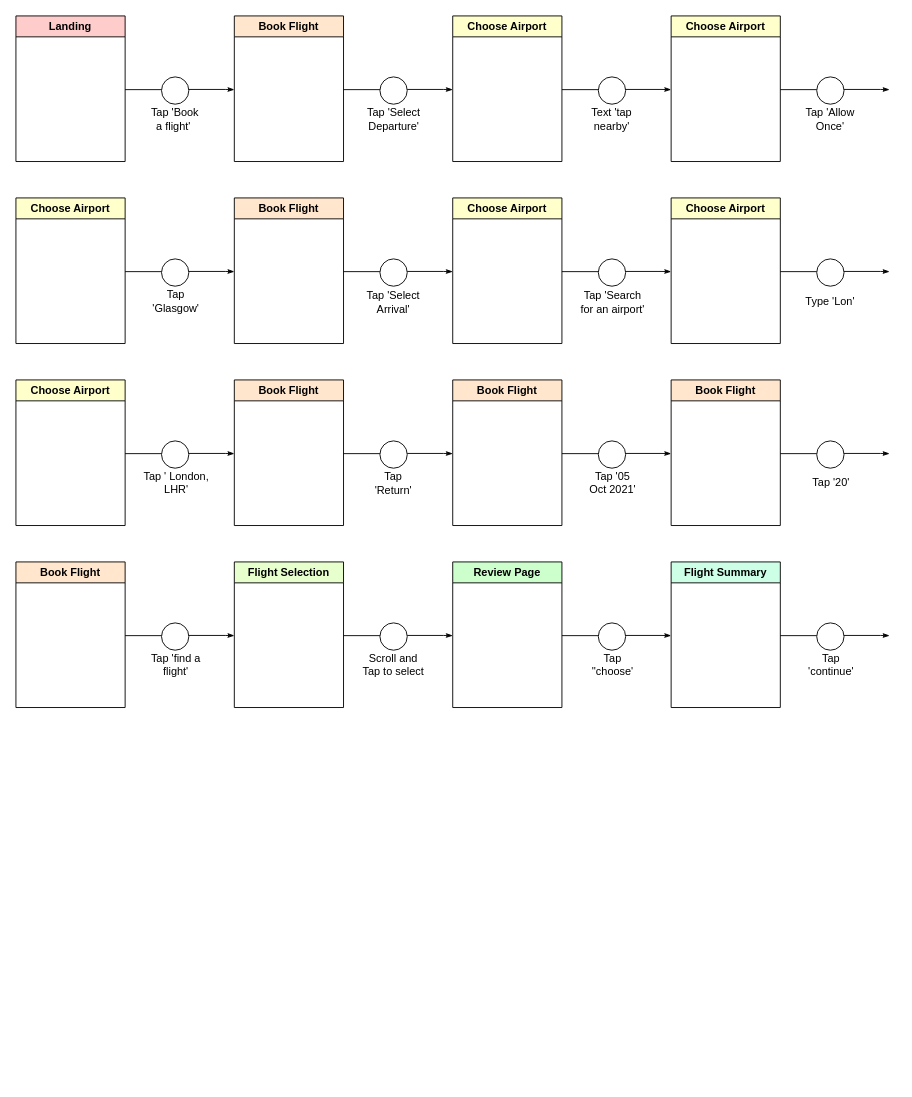
Before: page "Page-1" (1 of 3) of Untitled Diagram.drawio in davidjbuchanan/todo_pretty_printed_example, a draw.io diagram. Source tidied: cells renumbered, new cells numbered last; positions are measured from the earlier drawing's top-left corner, leaving out a move shared by most shapes. Both pictures are drawn from the tidied source at 91%, with x=0, y=0 at pixel (15, 15).
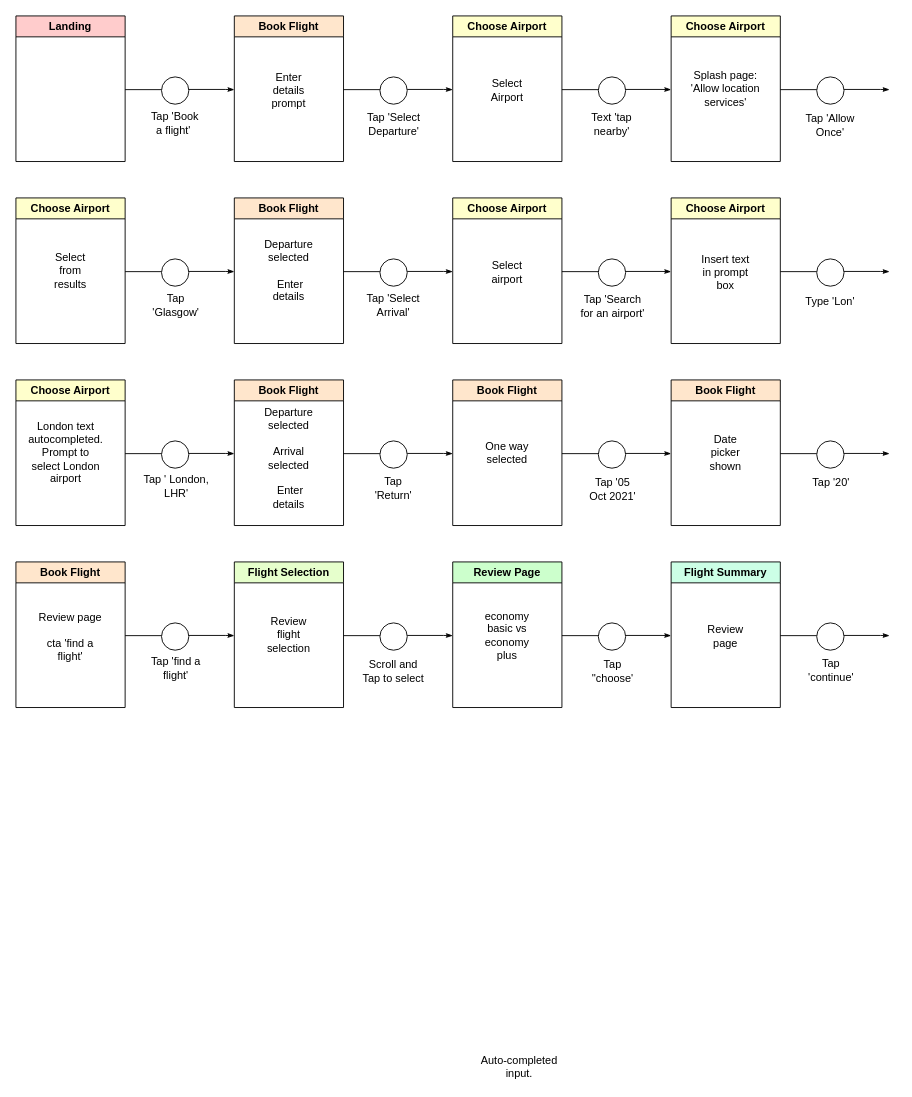
Above is the later version.

The change refers to these unchanged cells:
```xml
<mxCell id="7" value="Book Flight" style="swimlane;startSize=23;fillColor=#FFE6CC;" parent="1" vertex="1">
  <mxGeometry x="240" width="120" height="160" as="geometry" />
</mxCell>
<mxCell id="11" value="Choose Airport" style="swimlane;fillColor=#FFFFCC;" parent="1" vertex="1">
  <mxGeometry x="480" width="120" height="160" as="geometry" />
</mxCell>
<mxCell id="15" value="Choose Airport" style="swimlane;fillColor=#FFFFCC;" parent="1" vertex="1">
  <mxGeometry x="720" width="120" height="160" as="geometry" />
</mxCell>
<mxCell id="19" value="Choose Airport" style="swimlane;fillColor=#FFFFCC;" parent="1" vertex="1">
  <mxGeometry y="200" width="120" height="160" as="geometry" />
</mxCell>
<mxCell id="23" value="Book Flight" style="swimlane;fillColor=#FFE6CC;" parent="1" vertex="1">
  <mxGeometry x="240" y="200" width="120" height="160" as="geometry" />
</mxCell>
<mxCell id="27" value="Choose Airport" style="swimlane;fillColor=#FFFFCC;" parent="1" vertex="1">
  <mxGeometry x="480" y="200" width="120" height="160" as="geometry" />
</mxCell>
<mxCell id="31" value="Choose Airport" style="swimlane;fillColor=#FFFFCC;" parent="1" vertex="1">
  <mxGeometry x="720" y="200" width="120" height="160" as="geometry" />
</mxCell>
<mxCell id="35" value="Choose Airport" style="swimlane;fillColor=#FFFFCC;" parent="1" vertex="1">
  <mxGeometry y="400" width="120" height="160" as="geometry" />
</mxCell>
<mxCell id="43" value="Book Flight" style="swimlane;fillColor=#FFE6CC;" parent="1" vertex="1">
  <mxGeometry x="480" y="400" width="120" height="160" as="geometry" />
</mxCell>
<mxCell id="47" value="Book Flight" style="swimlane;fillColor=#FFE6CC;" parent="1" vertex="1">
  <mxGeometry x="720" y="400" width="120" height="160" as="geometry" />
</mxCell>
<mxCell id="51" value="Book Flight" style="swimlane;fillColor=#FFE6CC;" parent="1" vertex="1">
  <mxGeometry y="600" width="120" height="160" as="geometry" />
</mxCell>
<mxCell id="55" value="Flight Selection" style="swimlane;fillColor=#E6FFCC;" parent="1" vertex="1">
  <mxGeometry x="240" y="600" width="120" height="160" as="geometry" />
</mxCell>
<mxCell id="59" value="Review Page" style="swimlane;fillColor=#CCFFCC;" parent="1" vertex="1">
  <mxGeometry x="480" y="600" width="120" height="160" as="geometry" />
</mxCell>
<mxCell id="63" value="Flight Summary" style="swimlane;fillColor=#CCFFE6;" parent="1" vertex="1">
  <mxGeometry x="720" y="600" width="120" height="160" as="geometry" />
</mxCell>
```

The edit, as a diff of the source:
```diff
@@
+    <mxCell id="82" value="Enter details prompt" style="text;html=1;strokeColor=none;fillColor=none;align=center;verticalAlign=middle;whiteSpace=wrap;rounded=0;labelBackgroundColor=none;labelBorderColor=none;" parent="7" vertex="1">
+      <mxGeometry x="30" y="67" width="60" height="30" as="geometry" />
+    </mxCell>
@@
+    <mxCell id="83" value="Select Airport" style="text;html=1;strokeColor=none;fillColor=none;align=center;verticalAlign=middle;whiteSpace=wrap;rounded=0;labelBackgroundColor=none;labelBorderColor=none;" parent="11" vertex="1">
+      <mxGeometry x="30" y="67" width="60" height="30" as="geometry" />
+    </mxCell>
@@
+    <mxCell id="84" value="Splash page: 'Allow location services'" style="text;html=1;strokeColor=none;fillColor=none;align=center;verticalAlign=middle;whiteSpace=wrap;rounded=0;labelBackgroundColor=none;labelBorderColor=none;" parent="15" vertex="1">
+      <mxGeometry x="20" y="65" width="80" height="30" as="geometry" />
+    </mxCell>
@@
+    <mxCell id="85" value="Select from results" style="text;html=1;strokeColor=none;fillColor=none;align=center;verticalAlign=middle;whiteSpace=wrap;rounded=0;labelBackgroundColor=none;labelBorderColor=none;" parent="19" vertex="1">
+      <mxGeometry x="30" y="65" width="60" height="30" as="geometry" />
+    </mxCell>
@@
+    <mxCell id="86" value="Departure selected&lt;br&gt;&lt;br&gt;&amp;nbsp;Enter details" style="text;html=1;strokeColor=none;fillColor=none;align=center;verticalAlign=middle;whiteSpace=wrap;rounded=0;labelBackgroundColor=none;labelBorderColor=none;" parent="23" vertex="1">
+      <mxGeometry x="30" y="62" width="60" height="35" as="geometry" />
+    </mxCell>
@@
+    <mxCell id="87" value="Select airport" style="text;html=1;strokeColor=none;fillColor=none;align=center;verticalAlign=middle;whiteSpace=wrap;rounded=0;labelBackgroundColor=none;labelBorderColor=none;" parent="27" vertex="1">
+      <mxGeometry x="30" y="67" width="60" height="30" as="geometry" />
+    </mxCell>
@@
+    <mxCell id="88" value="Insert text in prompt box" style="text;html=1;strokeColor=none;fillColor=none;align=center;verticalAlign=middle;whiteSpace=wrap;rounded=0;labelBackgroundColor=none;labelBorderColor=none;" parent="31" vertex="1">
+      <mxGeometry x="30" y="67" width="60" height="30" as="geometry" />
+    </mxCell>
@@
+    <mxCell id="89" value="Auto-completed&amp;nbsp; input.&amp;nbsp;" style="text;html=1;strokeColor=none;fillColor=none;align=center;verticalAlign=middle;whiteSpace=wrap;rounded=0;labelBackgroundColor=none;labelBorderColor=none;" parent="35" vertex="1">
+      <mxGeometry x="510" y="740" width="90" height="30" as="geometry" />
+    </mxCell>
+    <mxCell id="90" value="London text autocompleted. Prompt to select London airport" style="text;html=1;strokeColor=none;fillColor=none;align=center;verticalAlign=middle;whiteSpace=wrap;rounded=0;labelBackgroundColor=none;labelBorderColor=none;" parent="35" vertex="1">
+      <mxGeometry x="20" y="65" width="70" height="30" as="geometry" />
+    </mxCell>
@@
+    <mxCell id="91" value="One way selected" style="text;html=1;strokeColor=none;fillColor=none;align=center;verticalAlign=middle;whiteSpace=wrap;rounded=0;labelBackgroundColor=none;labelBorderColor=none;" parent="43" vertex="1">
+      <mxGeometry x="30" y="65" width="60" height="30" as="geometry" />
+    </mxCell>
@@
+    <mxCell id="92" value="Date picker shown" style="text;html=1;strokeColor=none;fillColor=none;align=center;verticalAlign=middle;whiteSpace=wrap;rounded=0;labelBackgroundColor=none;labelBorderColor=none;" parent="47" vertex="1">
+      <mxGeometry x="30" y="65" width="60" height="30" as="geometry" />
+    </mxCell>
@@
+    <mxCell id="93" value="Review page&lt;br&gt;&lt;br&gt;cta 'find a flight'" style="text;html=1;strokeColor=none;fillColor=none;align=center;verticalAlign=middle;whiteSpace=wrap;rounded=0;labelBackgroundColor=none;labelBorderColor=none;" parent="51" vertex="1">
+      <mxGeometry x="20" y="67" width="80" height="30" as="geometry" />
+    </mxCell>
@@
+    <mxCell id="94" value="Review flight selection" style="text;html=1;strokeColor=none;fillColor=none;align=center;verticalAlign=middle;whiteSpace=wrap;rounded=0;labelBackgroundColor=none;labelBorderColor=none;" parent="55" vertex="1">
+      <mxGeometry x="30" y="65" width="60" height="30" as="geometry" />
+    </mxCell>
@@
+    <mxCell id="95" value="economy basic vs economy plus" style="text;html=1;strokeColor=none;fillColor=none;align=center;verticalAlign=middle;whiteSpace=wrap;rounded=0;labelBackgroundColor=none;labelBorderColor=none;" parent="59" vertex="1">
+      <mxGeometry x="30" y="66" width="60" height="30" as="geometry" />
+    </mxCell>
@@
+    <mxCell id="96" value="Review page" style="text;html=1;strokeColor=none;fillColor=none;align=center;verticalAlign=middle;whiteSpace=wrap;rounded=0;labelBackgroundColor=none;labelBorderColor=none;" parent="63" vertex="1">
+      <mxGeometry x="30" y="67" width="60" height="30" as="geometry" />
+    </mxCell>
@@
     <mxCell id="66" value="Tap 'Book a flight'&amp;nbsp;" style="text;html=1;strokeColor=none;fillColor=none;align=center;verticalAlign=middle;whiteSpace=wrap;rounded=0;labelBackgroundColor=none;labelBorderColor=none;" parent="1" vertex="1">
-      <mxGeometry x="145" y="99" width="60" height="30" as="geometry" />
+      <mxGeometry x="145" y="103" width="60" height="30" as="geometry" />
     </mxCell>
     <mxCell id="67" value="Tap 'Select Departure'" style="text;html=1;strokeColor=none;fillColor=none;align=center;verticalAlign=middle;whiteSpace=wrap;rounded=0;labelBackgroundColor=none;labelBorderColor=none;" parent="1" vertex="1">
-      <mxGeometry x="383" y="99" width="65" height="30" as="geometry" />
+      <mxGeometry x="383" y="104" width="65" height="30" as="geometry" />
     </mxCell>
     <mxCell id="68" value="Text 'tap nearby'" style="text;html=1;strokeColor=none;fillColor=none;align=center;verticalAlign=middle;whiteSpace=wrap;rounded=0;labelBackgroundColor=none;labelBorderColor=none;" parent="1" vertex="1">
-      <mxGeometry x="625" y="99" width="60" height="30" as="geometry" />
+      <mxGeometry x="625" y="104" width="60" height="30" as="geometry" />
     </mxCell>
     <mxCell id="69" value="Tap 'Allow Once'" style="text;html=1;strokeColor=none;fillColor=none;align=center;verticalAlign=middle;whiteSpace=wrap;rounded=0;labelBackgroundColor=none;labelBorderColor=none;" parent="1" vertex="1">
-      <mxGeometry x="865" y="99" width="60" height="30" as="geometry" />
+      <mxGeometry x="865" y="105" width="60" height="30" as="geometry" />
     </mxCell>
     <mxCell id="70" value="Tap 'Glasgow'" style="text;html=1;strokeColor=none;fillColor=none;align=center;verticalAlign=middle;whiteSpace=wrap;rounded=0;labelBackgroundColor=none;labelBorderColor=none;" parent="1" vertex="1">
-      <mxGeometry x="146" y="299" width="60" height="30" as="geometry" />
+      <mxGeometry x="146" y="303" width="60" height="30" as="geometry" />
     </mxCell>
     <mxCell id="71" value="Tap 'Select Arrival'" style="text;html=1;strokeColor=none;fillColor=none;align=center;verticalAlign=middle;whiteSpace=wrap;rounded=0;labelBackgroundColor=none;labelBorderColor=none;" parent="1" vertex="1">
-      <mxGeometry x="383" y="300" width="64" height="30" as="geometry" />
+      <mxGeometry x="383" y="303" width="64" height="30" as="geometry" />
     </mxCell>
     <mxCell id="72" value="Tap 'Search for an airport'" style="text;html=1;strokeColor=none;fillColor=none;align=center;verticalAlign=middle;whiteSpace=wrap;rounded=0;labelBackgroundColor=none;labelBorderColor=none;" parent="1" vertex="1">
-      <mxGeometry x="616" y="300" width="80" height="30" as="geometry" />
+      <mxGeometry x="616" y="304" width="80" height="30" as="geometry" />
     </mxCell>
@@
     <mxCell id="74" value="Tap ' London, LHR'" style="text;html=1;strokeColor=none;fillColor=none;align=center;verticalAlign=middle;whiteSpace=wrap;rounded=0;labelBackgroundColor=none;labelBorderColor=none;" parent="1" vertex="1">
-      <mxGeometry x="138.5" y="498" width="75" height="30" as="geometry" />
+      <mxGeometry x="138.5" y="502" width="75" height="30" as="geometry" />
     </mxCell>
     <mxCell id="75" value="Tap 'Return'" style="text;html=1;strokeColor=none;fillColor=none;align=center;verticalAlign=middle;whiteSpace=wrap;rounded=0;labelBackgroundColor=none;labelBorderColor=none;" parent="1" vertex="1">
-      <mxGeometry x="385" y="499" width="60" height="30" as="geometry" />
+      <mxGeometry x="385" y="504" width="60" height="30" as="geometry" />
     </mxCell>
     <mxCell id="76" value="Tap '05 Oct 2021'" style="text;html=1;strokeColor=none;fillColor=none;align=center;verticalAlign=middle;whiteSpace=wrap;rounded=0;labelBackgroundColor=none;labelBorderColor=none;" parent="1" vertex="1">
-      <mxGeometry x="626" y="498" width="60" height="30" as="geometry" />
+      <mxGeometry x="626" y="505" width="60" height="30" as="geometry" />
     </mxCell>
@@
     <mxCell id="78" value="Tap 'find a flight'" style="text;html=1;strokeColor=none;fillColor=none;align=center;verticalAlign=middle;whiteSpace=wrap;rounded=0;labelBackgroundColor=none;labelBorderColor=none;" parent="1" vertex="1">
-      <mxGeometry x="146" y="698" width="60" height="30" as="geometry" />
+      <mxGeometry x="146" y="702" width="60" height="30" as="geometry" />
     </mxCell>
     <mxCell id="79" value="Scroll and Tap to select" style="text;html=1;strokeColor=none;fillColor=none;align=center;verticalAlign=middle;whiteSpace=wrap;rounded=0;labelBackgroundColor=none;labelBorderColor=none;" parent="1" vertex="1">
-      <mxGeometry x="380" y="698" width="70" height="30" as="geometry" />
+      <mxGeometry x="380" y="705" width="70" height="30" as="geometry" />
     </mxCell>
     <mxCell id="80" value="Tap ''choose'" style="text;html=1;strokeColor=none;fillColor=none;align=center;verticalAlign=middle;whiteSpace=wrap;rounded=0;labelBackgroundColor=none;labelBorderColor=none;" parent="1" vertex="1">
-      <mxGeometry x="626" y="698" width="60" height="30" as="geometry" />
+      <mxGeometry x="626" y="705" width="60" height="30" as="geometry" />
     </mxCell>
     <mxCell id="81" value="Tap 'continue'" style="text;html=1;strokeColor=none;fillColor=none;align=center;verticalAlign=middle;whiteSpace=wrap;rounded=0;labelBackgroundColor=none;labelBorderColor=none;" parent="1" vertex="1">
-      <mxGeometry x="866" y="698" width="60" height="30" as="geometry" />
+      <mxGeometry x="866" y="704" width="60" height="30" as="geometry" />
     </mxCell>
+    <mxCell id="97" value="Departure selected&lt;br&gt;&lt;br&gt;Arrival selected&lt;br&gt;&lt;br&gt;&amp;nbsp;Enter details" style="text;html=1;strokeColor=none;fillColor=none;align=center;verticalAlign=middle;whiteSpace=wrap;rounded=0;labelBackgroundColor=none;labelBorderColor=none;" parent="1" vertex="1">
+      <mxGeometry x="270" y="468" width="60" height="35" as="geometry" />
+    </mxCell>
```
